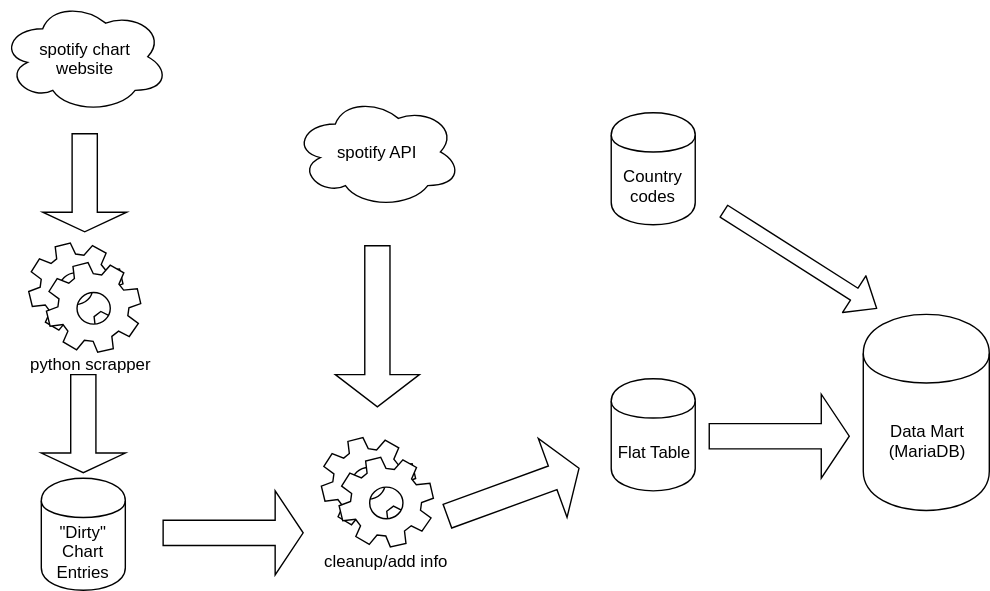
The draw.io diagram figures/dw_architecture.svg in AlexChanson/DW, before a commit. Source tidied: cells renumbered, new cells last; positions are measured from the earlier drawing's top-left corner, leaving out a move shared by most shapes.
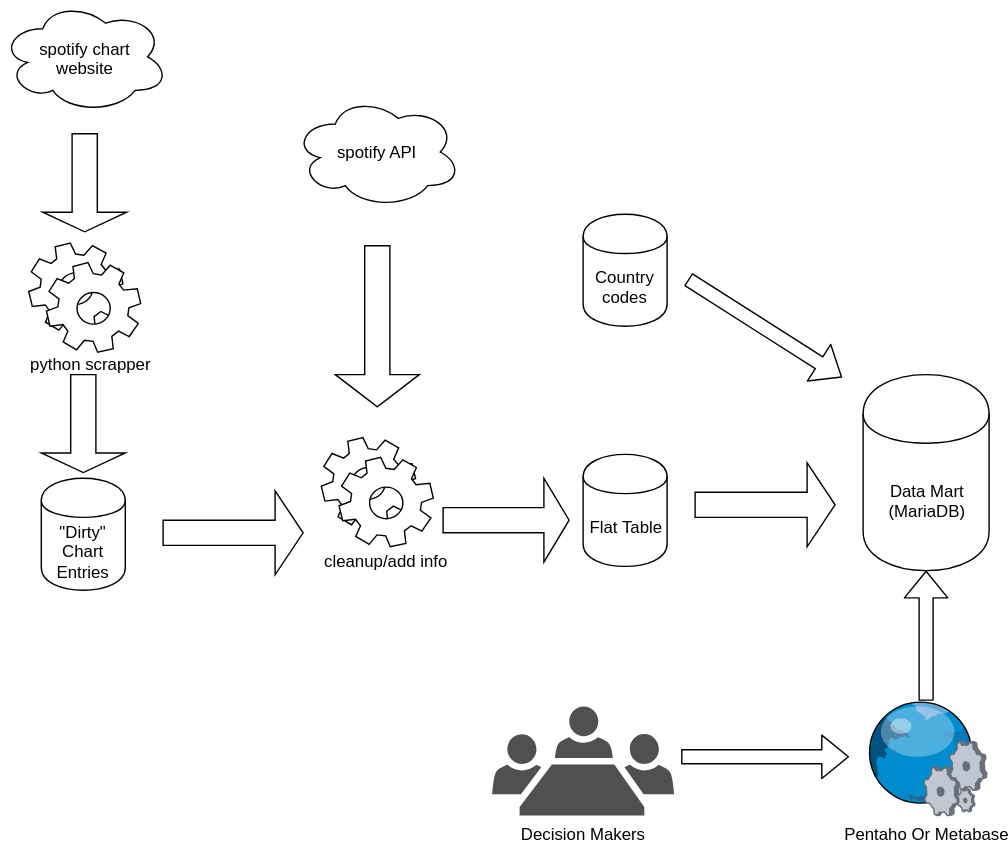
After the change.

Diff of the diagram source:
```diff
@@ -3,13 +3,13 @@
     <mxCell id="0" />
     <mxCell id="1" parent="0" />
     <mxCell id="2" value="&lt;div&gt;Data Mart&lt;/div&gt;&lt;div&gt;(MariaDB)&lt;/div&gt;" style="shape=cylinder;whiteSpace=wrap;html=1;boundedLbl=1;backgroundOutline=1;" parent="1" vertex="1">
-      <mxGeometry x="616" y="224" width="90" height="140" as="geometry" />
+      <mxGeometry x="616" y="267" width="90" height="140" as="geometry" />
     </mxCell>
     <mxCell id="3" value="&lt;div&gt;&quot;Dirty&quot;&lt;/div&gt;&lt;div&gt;Chart Entries&lt;br&gt;&lt;/div&gt;" style="shape=cylinder;whiteSpace=wrap;html=1;boundedLbl=1;backgroundOutline=1;" parent="1" vertex="1">
       <mxGeometry x="29" y="341" width="60" height="80" as="geometry" />
     </mxCell>
     <mxCell id="4" value="&lt;div&gt;Flat Table&lt;/div&gt;" style="shape=cylinder;whiteSpace=wrap;html=1;boundedLbl=1;backgroundOutline=1;" parent="1" vertex="1">
-      <mxGeometry x="436" y="270" width="60" height="80" as="geometry" />
+      <mxGeometry x="416" y="324" width="60" height="80" as="geometry" />
     </mxCell>
     <mxCell id="5" style="ellipse;shape=cloud;whiteSpace=wrap;html=1;" parent="1" vertex="1">
       <mxGeometry width="120" height="80" as="geometry" />
@@ -24,10 +24,10 @@
       </mxGeometry>
     </mxCell>
     <mxCell id="8" style="shape=singleArrow;whiteSpace=wrap;html=1;" parent="1" vertex="1">
-      <mxGeometry x="506" y="281" width="100" height="60" as="geometry" />
+      <mxGeometry x="496" y="330" width="100" height="60" as="geometry" />
     </mxCell>
-    <mxCell id="9" style="shape=singleArrow;whiteSpace=wrap;html=1;rotation=-20;" parent="1" vertex="1">
-      <mxGeometry x="316" y="321" width="100" height="60" as="geometry" />
+    <mxCell id="9" style="shape=singleArrow;whiteSpace=wrap;html=1;rotation=0;" parent="1" vertex="1">
+      <mxGeometry x="316" y="341" width="90" height="60" as="geometry" />
     </mxCell>
     <mxCell id="10" style="shape=singleArrow;whiteSpace=wrap;html=1;" parent="1" vertex="1">
       <mxGeometry x="116" y="350" width="100" height="60" as="geometry" />
@@ -57,13 +57,28 @@
       <mxGeometry x="26" y="21" width="92" height="50" as="geometry" />
     </mxCell>
     <mxCell id="19" value="&lt;div&gt;Country codes&lt;/div&gt;" style="shape=cylinder;whiteSpace=wrap;html=1;boundedLbl=1;backgroundOutline=1;" parent="1" vertex="1">
-      <mxGeometry x="436" y="80" width="60" height="80" as="geometry" />
+      <mxGeometry x="416" y="152.5" width="60" height="80" as="geometry" />
     </mxCell>
     <mxCell id="20" style="shape=flexArrow;endArrow=classic;html=1;fillColor=#ffffff;" parent="1" edge="1">
       <mxGeometry relative="1" as="geometry">
-        <mxPoint x="516" y="150" as="sourcePoint" />
-        <mxPoint x="626" y="220" as="targetPoint" />
+        <mxPoint x="491" y="199" as="sourcePoint" />
+        <mxPoint x="601" y="269" as="targetPoint" />
       </mxGeometry>
     </mxCell>
+    <mxCell id="21" value="Pentaho Or Metabase" style="verticalLabelPosition=bottom;html=1;verticalAlign=top;strokeColor=none;align=center;outlineConnect=0;shape=mxgraph.citrix.web_service;" parent="1" vertex="1">
+      <mxGeometry x="617.5" y="500" width="87" height="82" as="geometry" />
+    </mxCell>
+    <mxCell id="22" value="Decision Makers" style="shadow=0;dashed=0;html=1;strokeColor=none;fillColor=#505050;labelPosition=center;verticalLabelPosition=bottom;verticalAlign=top;align=center;shape=mxgraph.office.users.meeting;" parent="1" vertex="1">
+      <mxGeometry x="351" y="504" width="130" height="78" as="geometry" />
+    </mxCell>
+    <mxCell id="23" style="shape=flexArrow;endArrow=classic;html=1;fillColor=#ffffff;" parent="1" edge="1">
+      <mxGeometry relative="1" as="geometry">
+        <mxPoint x="486" y="540" as="sourcePoint" />
+        <mxPoint x="606" y="540" as="targetPoint" />
+      </mxGeometry>
+    </mxCell>
+    <mxCell id="24" style="shape=flexArrow;endArrow=classic;html=1;fillColor=#ffffff;entryX=0.5;entryY=1;" parent="1" edge="1" source="21" target="2">
+      <mxGeometry relative="1" as="geometry" />
+    </mxCell>
   </root>
 </mxGraphModel>
```
